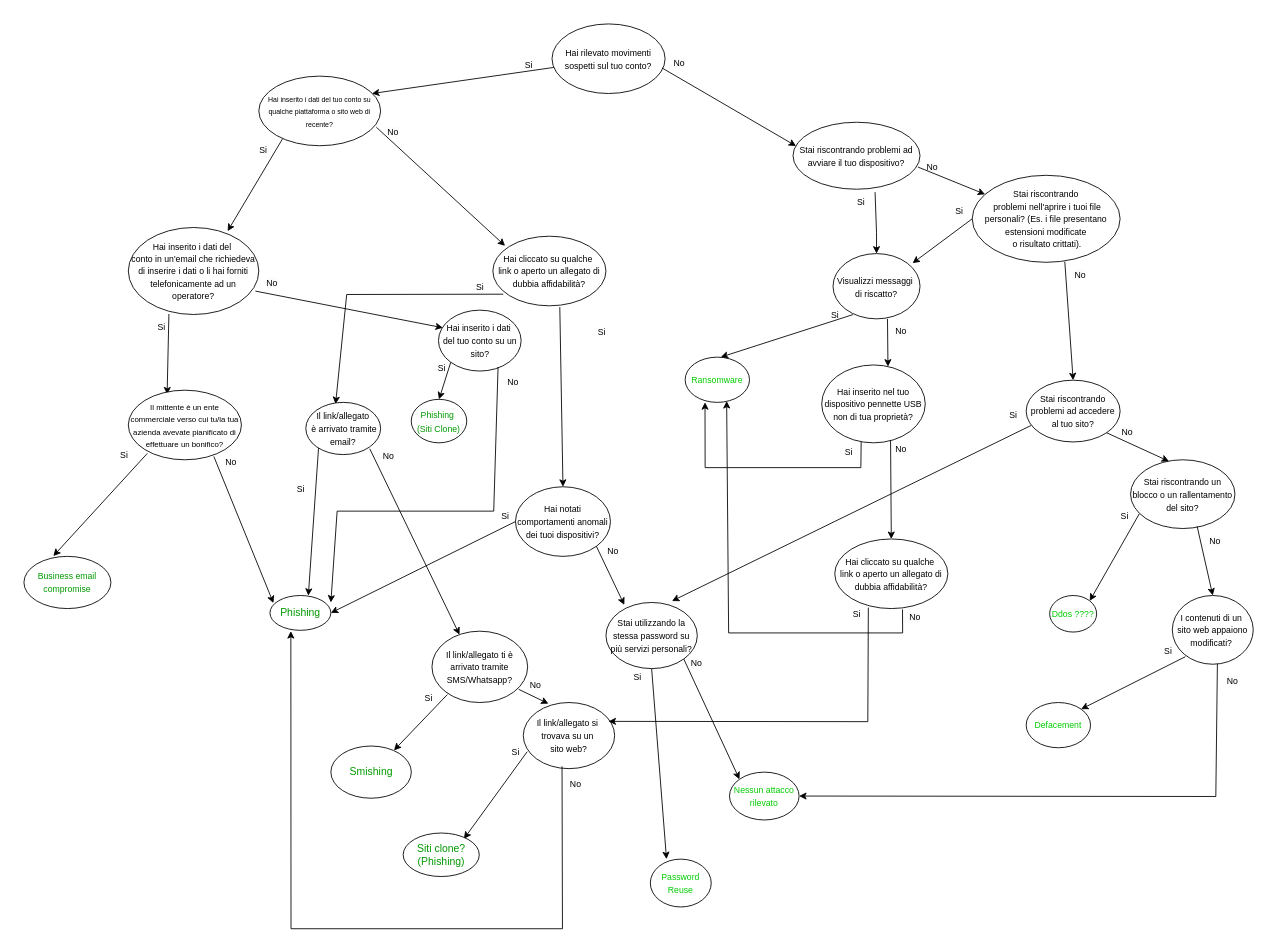
Above: Diagramma senza titolo.drawio in ClaudiaMarano/Decision-tree (draw.io), before the change. Source tidied: cells renumbered, new cells numbered last; positions are measured from the earlier drawing's top-left corner, leaving out a move shared by most shapes. Both pictures are drawn from the tidied source at 87%, with x=0, y=0 at pixel (23, 23).
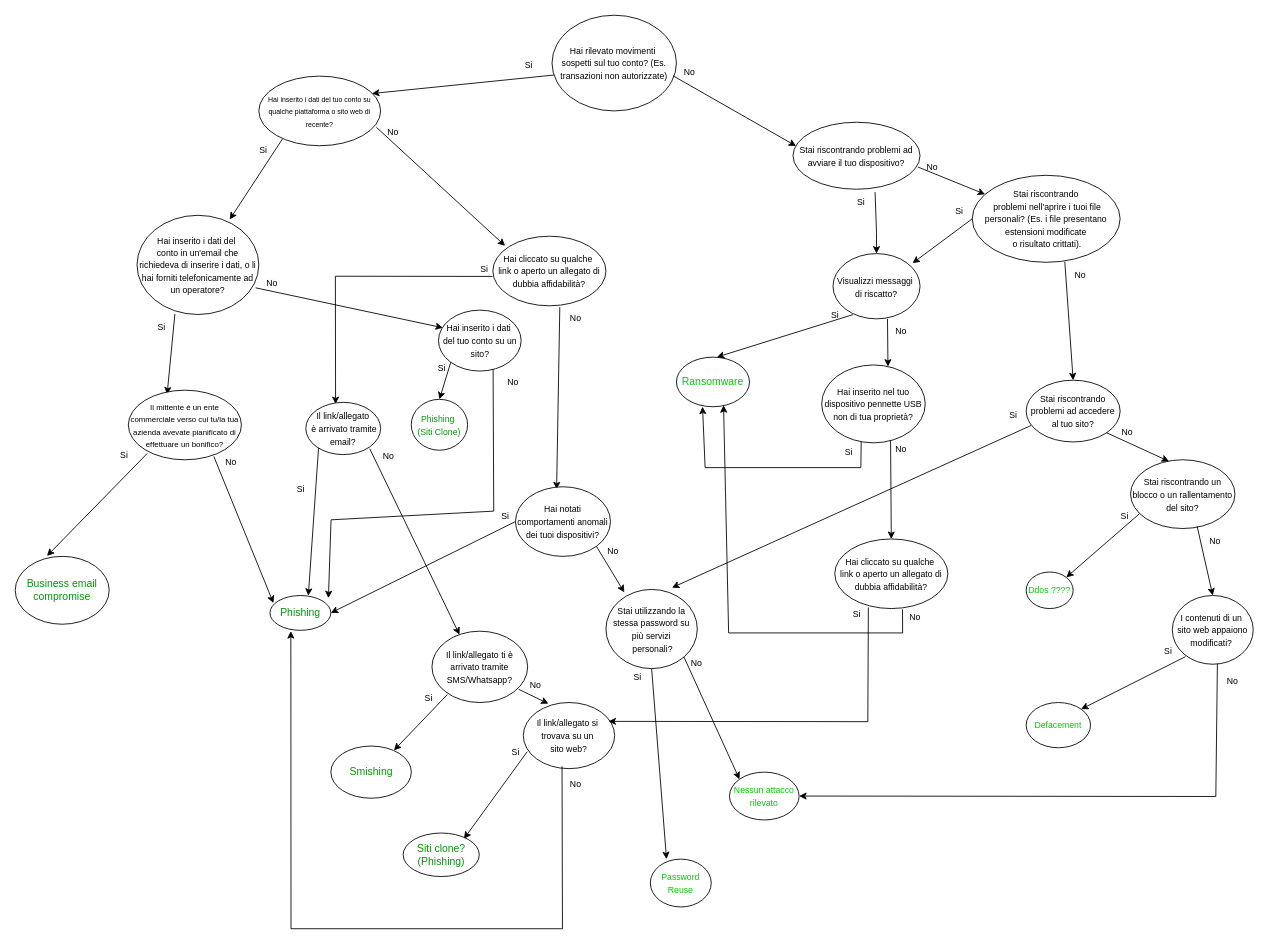
The same page after the edit.

Unchanged cells that the change refers to:
```xml
<mxCell id="15" value="&lt;span style=&quot;font-size: 10px;&quot;&gt;Hai cliccato su qualche&amp;nbsp;&lt;/span&gt;&lt;div&gt;&lt;span style=&quot;font-size: 10px;&quot;&gt;link o aperto un allegato di dubbia affidabilità?&lt;/span&gt;&lt;/div&gt;" style="ellipse;whiteSpace=wrap;html=1;" parent="1" vertex="1">
  <mxGeometry x="539" y="244" width="130" height="80" as="geometry" />
</mxCell>
<mxCell id="20" value="&lt;span style=&quot;font-size: 10px;&quot;&gt;Hai inserito i dati&amp;nbsp;&lt;/span&gt;&lt;div&gt;&lt;span style=&quot;font-size: 10px;&quot;&gt;del tuo conto su un sito?&lt;/span&gt;&lt;/div&gt;" style="ellipse;whiteSpace=wrap;html=1;" parent="1" vertex="1">
  <mxGeometry x="476.5" y="329" width="95" height="70" as="geometry" />
</mxCell>
<mxCell id="31" value="&lt;font color=&quot;#009900&quot;&gt;Phishing&lt;/font&gt;" style="ellipse;whiteSpace=wrap;html=1;" parent="1" vertex="1">
  <mxGeometry x="282.8" y="657" width="70" height="40" as="geometry" />
</mxCell>
<mxCell id="32" value="&lt;span style=&quot;font-size: 10px;&quot;&gt;Il link/allegato&lt;/span&gt;&lt;div&gt;&lt;span style=&quot;font-size: 10px;&quot;&gt;&amp;nbsp;è arrivato tramite email?&lt;/span&gt;&lt;/div&gt;" style="ellipse;whiteSpace=wrap;html=1;" parent="1" vertex="1">
  <mxGeometry x="324" y="435" width="86" height="60" as="geometry" />
</mxCell>
<mxCell id="60" value="&lt;span style=&quot;font-size: 10px;&quot;&gt;Hai inserito nel tuo dispositivo pennette USB non di tua proprietà?&lt;/span&gt;" style="ellipse;whiteSpace=wrap;html=1;" parent="1" vertex="1">
  <mxGeometry x="917" y="392" width="119" height="89.5" as="geometry" />
</mxCell>
<mxCell id="73" value="&lt;span style=&quot;font-size: 10px;&quot;&gt;Hai notati comportamenti anomali dei tuoi dispositivi?&lt;/span&gt;" style="ellipse;whiteSpace=wrap;html=1;" parent="1" vertex="1">
  <mxGeometry x="565" y="532" width="109.2" height="80" as="geometry" />
</mxCell>
```

What changed in the source:
```diff
@@
-    <mxCell id="2" value="&lt;font style=&quot;font-size: 10px;&quot;&gt;Hai rilevato movimenti sospetti sul tuo conto?&lt;/font&gt;" style="ellipse;whiteSpace=wrap;html=1;" parent="1" vertex="1">
-      <mxGeometry x="607" width="130" height="80" as="geometry" />
+    <mxCell id="2" value="&lt;font style=&quot;font-size: 10px;&quot;&gt;Hai rilevato movimenti&amp;nbsp;&lt;/font&gt;&lt;div&gt;&lt;font style=&quot;font-size: 10px;&quot;&gt;sospetti sul tuo conto? (Es. transazioni non autorizzate)&lt;/font&gt;&lt;/div&gt;" style="ellipse;whiteSpace=wrap;html=1;" parent="1" vertex="1">
+      <mxGeometry x="607" y="-10" width="143" height="110" as="geometry" />
     </mxCell>
@@
     <mxCell id="8" value="&lt;span style=&quot;color: rgb(0, 0, 0); font-family: Helvetica; font-size: 10px; font-style: normal; font-variant-ligatures: normal; font-variant-caps: normal; font-weight: 400; letter-spacing: normal; orphans: 2; text-align: center; text-indent: 0px; text-transform: none; widows: 2; word-spacing: 0px; -webkit-text-stroke-width: 0px; white-space: nowrap; background-color: rgb(251, 251, 251); text-decoration-thickness: initial; text-decoration-style: initial; text-decoration-color: initial; display: inline !important; float: none;&quot;&gt;No&lt;/span&gt;" style="text;whiteSpace=wrap;html=1;" parent="1" vertex="1">
-      <mxGeometry x="745" y="31" width="20" height="18" as="geometry" />
+      <mxGeometry x="757" y="41" width="20" height="18" as="geometry" />
     </mxCell>
@@
-    <mxCell id="16" value="&lt;font style=&quot;font-size: 10px;&quot;&gt;Hai inserito i dati del&amp;nbsp;&lt;/font&gt;&lt;div&gt;&lt;font style=&quot;font-size: 10px;&quot;&gt;conto in un'email che richiedeva di inserire&amp;nbsp;&lt;/font&gt;&lt;span style=&quot;font-size: 10px; background-color: initial;&quot;&gt;i dati o li hai forniti telefonicamente ad un operatore?&lt;/span&gt;&lt;/div&gt;" style="ellipse;whiteSpace=wrap;html=1;" parent="1" vertex="1">
-      <mxGeometry x="120" y="234" width="150" height="100" as="geometry" />
+    <mxCell id="16" value="&lt;font style=&quot;font-size: 10px;&quot;&gt;Hai inserito i dati del&amp;nbsp;&lt;/font&gt;&lt;div&gt;&lt;font style=&quot;font-size: 10px;&quot;&gt;conto in un'email che richiedeva di inserire&amp;nbsp;&lt;/font&gt;&lt;span style=&quot;font-size: 10px; background-color: initial;&quot;&gt;i dati, o li hai forniti telefonicamente ad un operatore?&lt;/span&gt;&lt;/div&gt;" style="ellipse;whiteSpace=wrap;html=1;" parent="1" vertex="1">
+      <mxGeometry x="130" y="220" width="140" height="114" as="geometry" />
     </mxCell>
@@
-    <mxCell id="19" style="endArrow=classic;html=1;rounded=0;exitX=0.092;exitY=0.833;exitDx=0;exitDy=0;exitPerimeter=0;entryX=0.398;entryY=0.032;entryDx=0;entryDy=0;entryPerimeter=0;" parent="1" edge="1" source="15" target="32">
+    <mxCell id="19" style="endArrow=classic;html=1;rounded=0;exitX=-0.003;exitY=0.578;exitDx=0;exitDy=0;exitPerimeter=0;entryX=0.398;entryY=0.032;entryDx=0;entryDy=0;entryPerimeter=0;" parent="1" edge="1" source="15" target="32">
       <mxGeometry relative="1" as="geometry">
         <Array as="points">
-          <mxPoint x="371" y="311" />
+          <mxPoint x="358" y="290" />
         </Array>
       </mxGeometry>
     </mxCell>
@@
-    <mxCell id="30" value="&lt;font color=&quot;#009900&quot; size=&quot;1&quot;&gt;Business email compromise&lt;/font&gt;" style="ellipse;whiteSpace=wrap;html=1;" parent="1" vertex="1">
-      <mxGeometry y="612" width="100" height="60" as="geometry" />
+    <mxCell id="30" value="&lt;font style=&quot;font-size: 12px;&quot; color=&quot;#009900&quot;&gt;Business email compromise&lt;/font&gt;" style="ellipse;whiteSpace=wrap;html=1;" parent="1" vertex="1">
+      <mxGeometry x="-10" y="612" width="108" height="78" as="geometry" />
     </mxCell>
@@
     <mxCell id="33" value="&lt;font style=&quot;font-size: 10px;&quot;&gt;Si&lt;/font&gt;" style="text;html=1;align=center;verticalAlign=middle;strokeColor=none;fillColor=none;" parent="1" vertex="1">
-      <mxGeometry x="509" y="286.5" width="30" height="30" as="geometry" />
+      <mxGeometry x="514" y="266.5" width="30" height="30" as="geometry" />
     </mxCell>
@@
-    <mxCell id="53" value="&lt;span style=&quot;font-size: 10px;&quot;&gt;&lt;font color=&quot;#00cc00&quot;&gt;Ransomware&lt;/font&gt;&lt;/span&gt;" style="ellipse;whiteSpace=wrap;html=1;" parent="1" vertex="1">
-      <mxGeometry x="760" y="383" width="74" height="52" as="geometry" />
+    <mxCell id="53" value="&lt;font style=&quot;font-size: 12px;&quot; color=&quot;#00cc00&quot;&gt;Ransomware&lt;/font&gt;" style="ellipse;whiteSpace=wrap;html=1;" parent="1" vertex="1">
+      <mxGeometry x="750" y="383" width="84" height="57" as="geometry" />
     </mxCell>
@@
-    <mxCell id="55" value="&lt;font style=&quot;font-size: 10px;&quot;&gt;Si&lt;/font&gt;" style="text;html=1;align=center;verticalAlign=middle;strokeColor=none;fillColor=none;" parent="1" vertex="1">
-      <mxGeometry x="649" y="339" width="30" height="30" as="geometry" />
-    </mxCell>
@@
-    <mxCell id="62" style="endArrow=classic;html=1;rounded=0;exitX=0.381;exitY=0.989;exitDx=0;exitDy=0;exitPerimeter=0;entryX=0.309;entryY=0.998;entryDx=0;entryDy=0;entryPerimeter=0;" parent="1" edge="1" source="60" target="53">
+    <mxCell id="62" style="endArrow=classic;html=1;rounded=0;exitX=0.381;exitY=0.989;exitDx=0;exitDy=0;exitPerimeter=0;" parent="1" edge="1" source="60">
       <mxGeometry relative="1" as="geometry">
+        <mxPoint x="780" y="440" as="targetPoint" />
         <Array as="points">
           <mxPoint x="962" y="510" />
           <mxPoint x="783" y="510" />
         </Array>
       </mxGeometry>
     </mxCell>
     <mxCell id="63" value="&lt;span style=&quot;font-size: 10px;&quot;&gt;&lt;font color=&quot;#00cc00&quot;&gt;Ddos ????&lt;/font&gt;&lt;/span&gt;" style="ellipse;whiteSpace=wrap;html=1;" parent="1" vertex="1">
-      <mxGeometry x="1179" y="657" width="54" height="42" as="geometry" />
+      <mxGeometry x="1152" y="630" width="54" height="42" as="geometry" />
     </mxCell>
@@
     <mxCell id="69" value="&lt;font style=&quot;font-size: 10px;&quot; color=&quot;#009900&quot;&gt;Phishing&amp;nbsp;&lt;/font&gt;&lt;div&gt;&lt;font style=&quot;font-size: 10px;&quot; color=&quot;#009900&quot;&gt;(Siti Clone)&lt;/font&gt;&lt;/div&gt;" style="ellipse;whiteSpace=wrap;html=1;" parent="1" vertex="1">
-      <mxGeometry x="445.2" y="431.5" width="63.8" height="50" as="geometry" />
+      <mxGeometry x="445.2" y="431.5" width="64.8" height="58.5" as="geometry" />
     </mxCell>
-    <mxCell id="70" style="endArrow=classic;html=1;rounded=0;entryX=1;entryY=0.2;entryDx=0;entryDy=0;entryPerimeter=0;exitX=0.721;exitY=0.933;exitDx=0;exitDy=0;exitPerimeter=0;" parent="1" edge="1" source="20" target="31">
+    <mxCell id="70" style="endArrow=classic;html=1;rounded=0;exitX=0.661;exitY=0.972;exitDx=0;exitDy=0;exitPerimeter=0;" parent="1" edge="1" source="20">
       <mxGeometry relative="1" as="geometry">
+        <mxPoint x="350" y="660" as="targetPoint" />
         <Array as="points">
           <mxPoint x="540" y="560" />
-          <mxPoint x="360" y="560" />
+          <mxPoint x="353" y="570" />
         </Array>
       </mxGeometry>
     </mxCell>
@@
-    <mxCell id="72" style="endArrow=classic;html=1;rounded=0;exitX=0.592;exitY=1.019;exitDx=0;exitDy=0;exitPerimeter=0;entryX=0.5;entryY=0;entryDx=0;entryDy=0;" parent="1" edge="1" source="15" target="73">
+    <mxCell id="72" style="endArrow=classic;html=1;rounded=0;exitX=0.592;exitY=1.019;exitDx=0;exitDy=0;exitPerimeter=0;entryX=0.433;entryY=0.036;entryDx=0;entryDy=0;entryPerimeter=0;" parent="1" edge="1" source="15" target="73">
       <mxGeometry relative="1" as="geometry" />
     </mxCell>
@@
-    <mxCell id="76" value="&lt;span style=&quot;font-size: 10px;&quot;&gt;Stai utilizzando la stessa password su più servizi personali?&lt;/span&gt;" style="ellipse;whiteSpace=wrap;html=1;" parent="1" vertex="1">
-      <mxGeometry x="669" y="665" width="105" height="76" as="geometry" />
+    <mxCell id="76" value="&lt;span style=&quot;font-size: 10px;&quot;&gt;Stai utilizzando la stessa password su più servizi&lt;/span&gt;&lt;div&gt;&lt;span style=&quot;font-size: 10px;&quot;&gt;&amp;nbsp;personali?&lt;/span&gt;&lt;/div&gt;" style="ellipse;whiteSpace=wrap;html=1;" parent="1" vertex="1">
+      <mxGeometry x="669" y="650" width="105" height="91" as="geometry" />
     </mxCell>
@@
+    <mxCell id="108" value="&lt;span style=&quot;color: rgb(0, 0, 0); font-family: Helvetica; font-size: 10px; font-style: normal; font-variant-ligatures: normal; font-variant-caps: normal; font-weight: 400; letter-spacing: normal; orphans: 2; text-align: center; text-indent: 0px; text-transform: none; widows: 2; word-spacing: 0px; -webkit-text-stroke-width: 0px; white-space: nowrap; background-color: rgb(251, 251, 251); text-decoration-thickness: initial; text-decoration-style: initial; text-decoration-color: initial; display: inline !important; float: none;&quot;&gt;No&lt;/span&gt;" style="text;whiteSpace=wrap;html=1;" parent="1" vertex="1">
+      <mxGeometry x="625.5" y="324" width="20" height="20" as="geometry" />
+    </mxCell>
```
